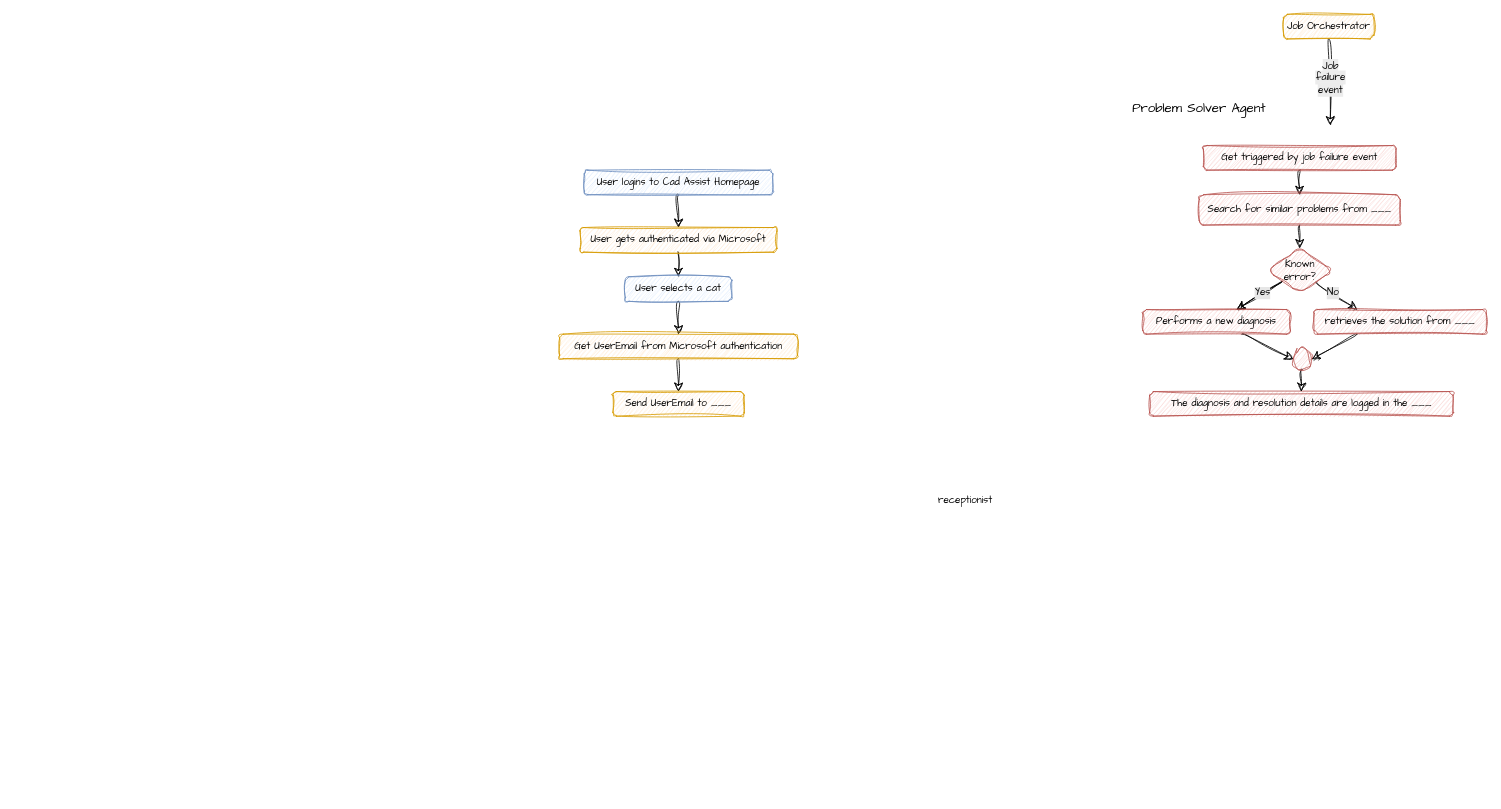
cadadt63/DM_Cad_Assist keeps this draw.io diagram as Untitled Diagram.drawio. Above is the earlier version. Source tidied: cells renumbered, new cells numbered last; positions are measured from the earlier drawing's top-left corner, leaving out a move shared by most shapes. Both pictures are drawn from the tidied source at 82%, with x=0, y=0 at pixel (559, 14).
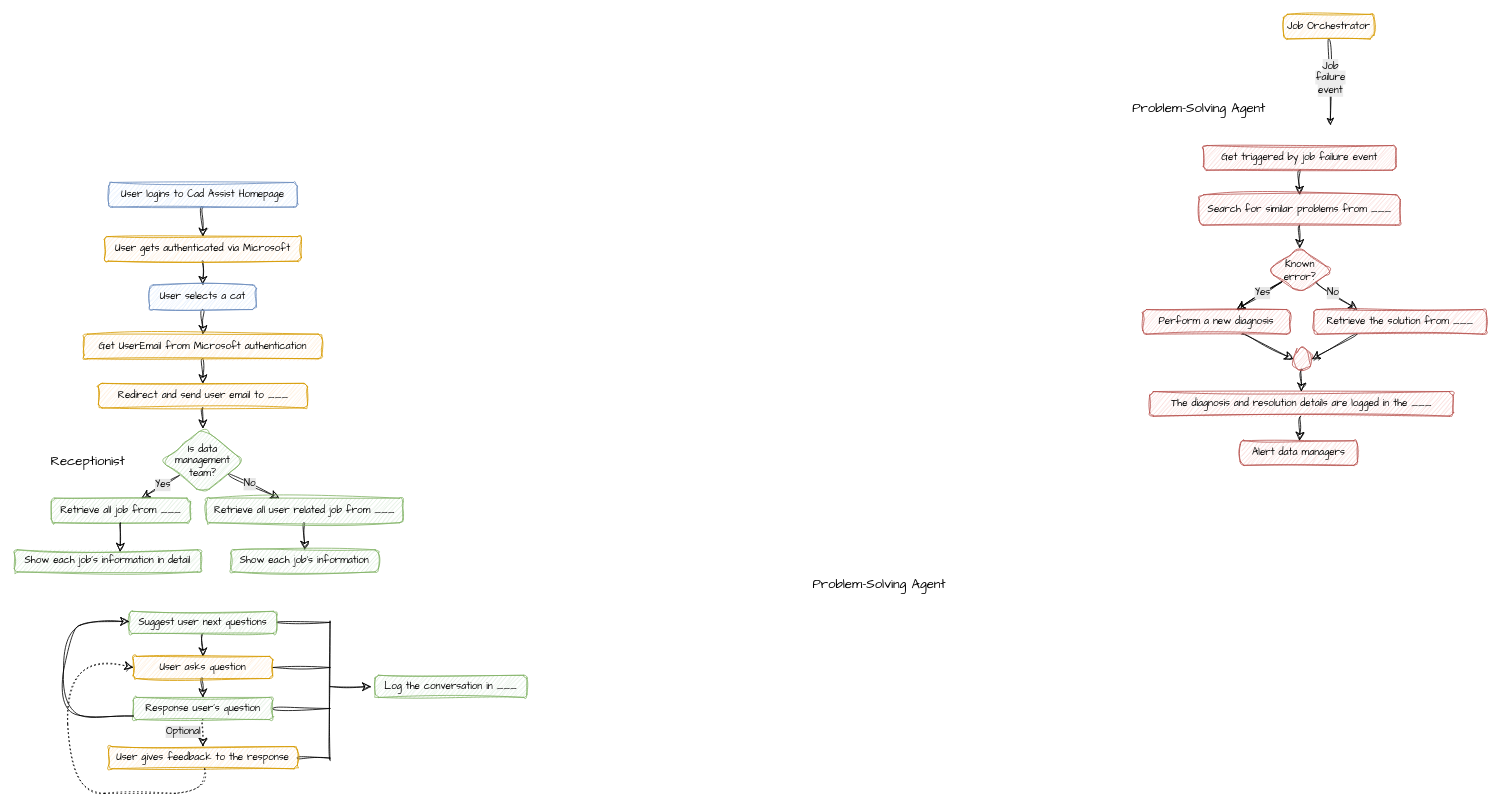
The same diagram, later.

Unchanged cells that the change refers to:
```xml
<mxCell id="13" value="Job Orchestrator" style="rounded=1;whiteSpace=wrap;html=1;sketch=1;hachureGap=4;jiggle=2;curveFitting=1;fontFamily=Architects Daughter;fillColor=#ffe6cc;strokeColor=#d79b00;" parent="1" vertex="1">
  <mxGeometry x="883" width="110" height="30" as="geometry" />
</mxCell>
<mxCell id="29" value="&lt;span style=&quot;text-align: left;&quot;&gt;The diagnosis and resolution details are logged in the ___&lt;/span&gt;" style="whiteSpace=wrap;html=1;fontFamily=Architects Daughter;fillColor=#f8cecc;strokeColor=#b85450;rounded=1;sketch=1;hachureGap=4;jiggle=2;curveFitting=1;" parent="1" vertex="1">
  <mxGeometry x="719.5" y="460" width="370" height="30" as="geometry" />
</mxCell>
```

The edit, as a diff of the source:
```diff
@@
     <mxCell id="3" value="User logins to Cad Assist Homepage" style="rounded=1;whiteSpace=wrap;html=1;sketch=1;hachureGap=4;jiggle=2;curveFitting=1;fontFamily=Architects Daughter;fillColor=#dae8fc;strokeColor=#6c8ebf;" parent="1" vertex="1">
-      <mxGeometry x="30" y="190" width="230" height="30" as="geometry" />
+      <mxGeometry x="-550" y="205" width="230" height="30" as="geometry" />
     </mxCell>
@@
     <mxCell id="5" value="User gets authenticated via Microsoft" style="rounded=1;whiteSpace=wrap;html=1;sketch=1;hachureGap=4;jiggle=2;curveFitting=1;fontFamily=Architects Daughter;fillColor=#ffe6cc;strokeColor=#d79b00;" parent="1" vertex="1">
-      <mxGeometry x="25" y="260" width="240" height="30" as="geometry" />
+      <mxGeometry x="-555" y="271" width="240" height="30" as="geometry" />
     </mxCell>
-    <mxCell id="6" style="edgeStyle=none;curved=1;rounded=0;sketch=1;hachureGap=4;jiggle=2;curveFitting=1;jettySize=auto;html=1;fontFamily=Architects Daughter;fontSize=12;startSize=8;endSize=8;" parent="1" edge="1" source="7">
-      <mxGeometry relative="1" as="geometry">
-        <mxPoint x="145" y="390" as="targetPoint" />
-      </mxGeometry>
+    <mxCell id="6" style="edgeStyle=none;curved=1;rounded=0;sketch=1;hachureGap=4;jiggle=2;curveFitting=1;jettySize=auto;html=1;fontFamily=Architects Daughter;fontSize=12;startSize=8;endSize=8;entryX=0.5;entryY=0;entryDx=0;entryDy=0;" parent="1" edge="1" source="7" target="9">
+      <mxGeometry relative="1" as="geometry" />
     </mxCell>
     <mxCell id="7" value="User selects a cat" style="rounded=1;whiteSpace=wrap;html=1;sketch=1;hachureGap=4;jiggle=2;curveFitting=1;fontFamily=Architects Daughter;fillColor=#dae8fc;strokeColor=#6c8ebf;" parent="1" vertex="1">
-      <mxGeometry x="80" y="320" width="130" height="30" as="geometry" />
+      <mxGeometry x="-500" y="330" width="130" height="30" as="geometry" />
     </mxCell>
@@
     <mxCell id="9" value="Get UserEmail from Microsoft authentication" style="rounded=1;whiteSpace=wrap;html=1;sketch=1;hachureGap=4;jiggle=2;curveFitting=1;fontFamily=Architects Daughter;fillColor=#ffe6cc;strokeColor=#d79b00;" parent="1" vertex="1">
-      <mxGeometry y="390" width="290" height="30" as="geometry" />
+      <mxGeometry x="-580" y="390" width="290" height="30" as="geometry" />
     </mxCell>
+    <mxCell id="33" style="edgeStyle=none;curved=1;rounded=0;sketch=1;hachureGap=4;jiggle=2;curveFitting=1;jettySize=auto;html=1;fontFamily=Architects Daughter;fontSize=12;startSize=8;endSize=8;" parent="1" edge="1" source="10" target="40">
+      <mxGeometry relative="1" as="geometry" />
+    </mxCell>
-    <mxCell id="10" value="Send UserEmail to ___" style="rounded=1;whiteSpace=wrap;html=1;sketch=1;hachureGap=4;jiggle=2;curveFitting=1;fontFamily=Architects Daughter;fillColor=#ffe6cc;strokeColor=#d79b00;" parent="1" vertex="1">
-      <mxGeometry x="65" y="460" width="160" height="30" as="geometry" />
+    <mxCell id="10" value="Redirect and send user email to ___" style="rounded=1;whiteSpace=wrap;html=1;sketch=1;hachureGap=4;jiggle=2;curveFitting=1;fontFamily=Architects Daughter;fillColor=#ffe6cc;strokeColor=#d79b00;" parent="1" vertex="1">
+      <mxGeometry x="-562.5" y="450" width="255" height="30" as="geometry" />
     </mxCell>
-    <mxCell id="11" style="endArrow=classic;html=1;rounded=0;sketch=1;hachureGap=4;jiggle=2;curveFitting=1;fontFamily=Architects Daughter;fontSize=12;startSize=8;endSize=8;curved=1;exitX=0.5;exitY=1;exitDx=0;exitDy=0;" parent="1" edge="1" source="13">
+    <mxCell id="11" style="endArrow=classic;html=1;rounded=0;sketch=1;hachureGap=4;jiggle=2;curveFitting=1;fontFamily=Architects Daughter;fontSize=12;curved=1;exitX=0.5;exitY=1;exitDx=0;exitDy=0;flowAnimation=0;" parent="1" edge="1" source="13">
       <mxGeometry relative="1" as="geometry">
         <mxPoint x="940" y="135" as="targetPoint" />
       </mxGeometry>
     </mxCell>
@@
-    <mxCell id="14" value="Problem Solver Agent" style="text;html=1;whiteSpace=wrap;strokeColor=none;fillColor=none;align=center;verticalAlign=middle;rounded=0;fontSize=16;fontFamily=Architects Daughter;" parent="1" vertex="1">
+    <mxCell id="14" value="Problem-Solving Agent" style="text;html=1;whiteSpace=wrap;strokeColor=none;fillColor=none;align=center;verticalAlign=middle;rounded=0;fontSize=16;fontFamily=Architects Daughter;" parent="1" vertex="1">
       <mxGeometry x="690" y="100" width="180" height="30" as="geometry" />
     </mxCell>
@@
-    <mxCell id="26" value="Performs a new diagnosis" style="whiteSpace=wrap;html=1;fontFamily=Architects Daughter;fillColor=#f8cecc;strokeColor=#b85450;rounded=1;sketch=1;hachureGap=4;jiggle=2;curveFitting=1;" parent="1" vertex="1">
+    <mxCell id="26" value="Perform a new diagnosis" style="whiteSpace=wrap;html=1;fontFamily=Architects Daughter;fillColor=#f8cecc;strokeColor=#b85450;rounded=1;sketch=1;hachureGap=4;jiggle=2;curveFitting=1;" parent="1" vertex="1">
       <mxGeometry x="711.2" y="360" width="180" height="30" as="geometry" />
     </mxCell>
@@
-    <mxCell id="28" value="retrieves the solution from ___" style="whiteSpace=wrap;html=1;fontFamily=Architects Daughter;fillColor=#f8cecc;strokeColor=#b85450;rounded=1;sketch=1;hachureGap=4;jiggle=2;curveFitting=1;" parent="1" vertex="1">
+    <mxCell id="28" value="Retrieve the solution from ___" style="whiteSpace=wrap;html=1;fontFamily=Architects Daughter;fillColor=#f8cecc;strokeColor=#b85450;rounded=1;sketch=1;hachureGap=4;jiggle=2;curveFitting=1;" parent="1" vertex="1">
       <mxGeometry x="920" y="360" width="210" height="30" as="geometry" />
     </mxCell>
+    <mxCell id="34" style="edgeStyle=none;curved=1;rounded=0;sketch=1;hachureGap=4;jiggle=2;curveFitting=1;jettySize=auto;html=1;fontFamily=Architects Daughter;fontSize=12;startSize=8;endSize=8;" parent="1" edge="1" source="29" target="59">
+      <mxGeometry relative="1" as="geometry" />
+    </mxCell>
@@
-    <mxCell id="32" value="receptionist" style="text;whiteSpace=wrap;fontFamily=Architects Daughter;" parent="1" vertex="1">
-      <mxGeometry x="460" y="580" width="100" height="40" as="geometry" />
-    </mxCell>
+    <mxCell id="35" value="Receptionist" style="text;html=1;whiteSpace=wrap;strokeColor=none;fillColor=none;align=center;verticalAlign=middle;rounded=0;fontSize=16;fontFamily=Architects Daughter;" parent="1" vertex="1">
+      <mxGeometry x="-665" y="530" width="180" height="30" as="geometry" />
+    </mxCell>
+    <mxCell id="36" style="edgeStyle=none;curved=1;rounded=0;sketch=1;hachureGap=4;jiggle=2;curveFitting=1;jettySize=auto;html=1;fontFamily=Architects Daughter;fontSize=12;startSize=8;endSize=8;" parent="1" edge="1" source="40" target="41">
+      <mxGeometry relative="1" as="geometry" />
+    </mxCell>
+    <mxCell id="37" value="Yes" style="edgeLabel;html=1;align=center;verticalAlign=middle;fontSize=12;sketch=1;hachureGap=4;jiggle=2;curveFitting=1;fontFamily=Architects Daughter;labelBackgroundColor=#E6E6E6;" parent="36" vertex="1">
+      <mxGeometry x="-0.13" y="-1" relative="1" as="geometry" />
+    </mxCell>
+    <mxCell id="38" style="edgeStyle=none;curved=1;rounded=0;sketch=1;hachureGap=4;jiggle=2;curveFitting=1;jettySize=auto;html=1;fontFamily=Architects Daughter;fontSize=12;startSize=8;endSize=8;" parent="1" edge="1" source="40" target="43">
+      <mxGeometry relative="1" as="geometry" />
+    </mxCell>
+    <mxCell id="39" value="No" style="edgeLabel;html=1;align=center;verticalAlign=middle;fontSize=12;sketch=1;hachureGap=4;jiggle=2;curveFitting=1;fontFamily=Architects Daughter;labelBackgroundColor=#E6E6E6;" parent="38" vertex="1">
+      <mxGeometry x="-0.24" y="-1" relative="1" as="geometry">
+        <mxPoint x="2" as="offset" />
+      </mxGeometry>
+    </mxCell>
+    <mxCell id="40" value="Is data management team?" style="rhombus;whiteSpace=wrap;html=1;fontFamily=Architects Daughter;fillColor=#d5e8d4;strokeColor=#82b366;rounded=1;sketch=1;hachureGap=4;jiggle=2;curveFitting=1;" parent="1" vertex="1">
+      <mxGeometry x="-485" y="505" width="100" height="80" as="geometry" />
+    </mxCell>
+    <mxCell id="41" value="Retrieve all job from ___" style="whiteSpace=wrap;html=1;fontFamily=Architects Daughter;fillColor=#d5e8d4;strokeColor=#82b366;rounded=1;sketch=1;hachureGap=4;jiggle=2;curveFitting=1;" parent="1" vertex="1">
+      <mxGeometry x="-620" y="590" width="170" height="30" as="geometry" />
+    </mxCell>
+    <mxCell id="42" style="edgeStyle=none;curved=1;rounded=0;sketch=1;hachureGap=4;jiggle=2;curveFitting=1;jettySize=auto;html=1;entryX=0.5;entryY=0;entryDx=0;entryDy=0;fontFamily=Architects Daughter;fontSize=12;startSize=8;endSize=8;" parent="1" edge="1" source="43" target="44">
+      <mxGeometry relative="1" as="geometry" />
+    </mxCell>
+    <mxCell id="43" value="Retrieve all user related job from ___" style="whiteSpace=wrap;html=1;fontFamily=Architects Daughter;fillColor=#d5e8d4;strokeColor=#82b366;rounded=1;sketch=1;hachureGap=4;jiggle=2;curveFitting=1;" parent="1" vertex="1">
+      <mxGeometry x="-431" y="590" width="240" height="30" as="geometry" />
+    </mxCell>
+    <mxCell id="44" value="Show each job's information" style="whiteSpace=wrap;html=1;fontFamily=Architects Daughter;fillColor=#d5e8d4;strokeColor=#82b366;rounded=1;sketch=1;hachureGap=4;jiggle=2;curveFitting=1;" parent="1" vertex="1">
+      <mxGeometry x="-401" y="653" width="180" height="27" as="geometry" />
+    </mxCell>
+    <mxCell id="45" value="Show each job's information in detail" style="whiteSpace=wrap;html=1;fontFamily=Architects Daughter;fillColor=#d5e8d4;strokeColor=#82b366;rounded=1;sketch=1;hachureGap=4;jiggle=2;curveFitting=1;" parent="1" vertex="1">
+      <mxGeometry x="-665" y="653" width="227.5" height="27" as="geometry" />
+    </mxCell>
+    <mxCell id="46" style="edgeStyle=none;curved=1;rounded=0;sketch=1;hachureGap=4;jiggle=2;curveFitting=1;jettySize=auto;html=1;entryX=0.567;entryY=0.086;entryDx=0;entryDy=0;entryPerimeter=0;fontFamily=Architects Daughter;fontSize=12;startSize=8;endSize=8;" parent="1" edge="1" source="41" target="45">
+      <mxGeometry relative="1" as="geometry" />
+    </mxCell>
+    <mxCell id="47" style="edgeStyle=none;curved=1;rounded=0;sketch=1;hachureGap=4;jiggle=2;curveFitting=1;jettySize=auto;html=1;fontFamily=Architects Daughter;fontSize=12;startSize=8;endSize=8;" parent="1" edge="1" source="49" target="52">
+      <mxGeometry relative="1" as="geometry" />
+    </mxCell>
+    <mxCell id="48" style="edgeStyle=none;curved=1;rounded=0;sketch=1;hachureGap=4;jiggle=2;curveFitting=1;jettySize=auto;html=1;fontFamily=Architects Daughter;fontSize=12;startSize=8;endSize=8;endArrow=none;endFill=0;" parent="1" edge="1" source="49">
+      <mxGeometry relative="1" as="geometry">
+        <mxPoint x="-280" y="741.5" as="targetPoint" />
+      </mxGeometry>
+    </mxCell>
+    <mxCell id="49" value="Suggest user next questions" style="whiteSpace=wrap;html=1;fontFamily=Architects Daughter;fillColor=#d5e8d4;strokeColor=#82b366;rounded=1;sketch=1;hachureGap=4;jiggle=2;curveFitting=1;" parent="1" vertex="1">
+      <mxGeometry x="-525" y="728" width="180" height="27" as="geometry" />
+    </mxCell>
+    <mxCell id="50" style="edgeStyle=none;curved=1;rounded=0;sketch=1;hachureGap=4;jiggle=2;curveFitting=1;jettySize=auto;html=1;fontFamily=Architects Daughter;fontSize=12;startSize=8;endSize=8;" parent="1" edge="1" source="52" target="56">
+      <mxGeometry relative="1" as="geometry" />
+    </mxCell>
+    <mxCell id="51" style="edgeStyle=none;curved=1;rounded=0;sketch=1;hachureGap=4;jiggle=2;curveFitting=1;jettySize=auto;html=1;fontFamily=Architects Daughter;fontSize=12;startSize=8;endSize=8;endArrow=none;endFill=0;" parent="1" edge="1" source="52">
+      <mxGeometry relative="1" as="geometry">
+        <mxPoint x="-280" y="796.5" as="targetPoint" />
+      </mxGeometry>
+    </mxCell>
+    <mxCell id="52" value="User asks question" style="whiteSpace=wrap;html=1;fontFamily=Architects Daughter;fillColor=#ffe6cc;strokeColor=#d79b00;rounded=1;sketch=1;hachureGap=4;jiggle=2;curveFitting=1;" parent="1" vertex="1">
+      <mxGeometry x="-520" y="783" width="170" height="27" as="geometry" />
+    </mxCell>
+    <mxCell id="53" style="edgeStyle=none;curved=1;rounded=0;sketch=1;hachureGap=4;jiggle=2;curveFitting=1;jettySize=auto;html=1;fontFamily=Architects Daughter;fontSize=12;startSize=8;endSize=8;dashed=1;dashPattern=1 4;" parent="1" edge="1" source="56" target="58">
+      <mxGeometry relative="1" as="geometry" />
+    </mxCell>
+    <mxCell id="54" value="Optional" style="edgeLabel;html=1;align=center;verticalAlign=middle;fontSize=12;sketch=1;hachureGap=4;jiggle=2;curveFitting=1;fontFamily=Architects Daughter;labelBackgroundColor=#E6E6E6;" parent="53" vertex="1">
+      <mxGeometry x="0.06" y="3" relative="1" as="geometry">
+        <mxPoint x="-28" y="-3" as="offset" />
+      </mxGeometry>
+    </mxCell>
+    <mxCell id="55" style="edgeStyle=none;curved=1;rounded=0;sketch=1;hachureGap=4;jiggle=2;curveFitting=1;jettySize=auto;html=1;fontFamily=Architects Daughter;fontSize=12;startSize=8;endSize=8;endArrow=none;endFill=0;" parent="1" edge="1" source="56">
+      <mxGeometry relative="1" as="geometry">
+        <mxPoint x="-280" y="846.5" as="targetPoint" />
+      </mxGeometry>
+    </mxCell>
+    <mxCell id="56" value="Response user's question" style="whiteSpace=wrap;html=1;fontFamily=Architects Daughter;fillColor=#d5e8d4;strokeColor=#82b366;rounded=1;sketch=1;hachureGap=4;jiggle=2;curveFitting=1;" parent="1" vertex="1">
+      <mxGeometry x="-520" y="833" width="170" height="27" as="geometry" />
+    </mxCell>
+    <mxCell id="57" style="edgeStyle=none;curved=1;rounded=0;sketch=1;hachureGap=4;jiggle=2;curveFitting=1;jettySize=auto;html=1;fontFamily=Architects Daughter;fontSize=12;startSize=8;endSize=8;endArrow=none;endFill=0;" parent="1" edge="1" source="58">
+      <mxGeometry relative="1" as="geometry">
+        <mxPoint x="-280" y="907" as="targetPoint" />
+      </mxGeometry>
+    </mxCell>
+    <mxCell id="58" value="User gives feedback to the response" style="whiteSpace=wrap;html=1;fontFamily=Architects Daughter;fillColor=#ffe6cc;strokeColor=#d79b00;rounded=1;sketch=1;hachureGap=4;jiggle=2;curveFitting=1;" parent="1" vertex="1">
+      <mxGeometry x="-550" y="893" width="230" height="27" as="geometry" />
+    </mxCell>
+    <mxCell id="59" value="Alert data managers" style="whiteSpace=wrap;html=1;fontFamily=Architects Daughter;fillColor=#f8cecc;strokeColor=#b85450;rounded=1;sketch=1;hachureGap=4;jiggle=2;curveFitting=1;" parent="1" vertex="1">
+      <mxGeometry x="830" y="520" width="142.9" height="30" as="geometry" />
+    </mxCell>
+    <mxCell id="60" style="curved=1;endArrow=classic;html=1;rounded=0;sketch=1;hachureGap=4;jiggle=2;curveFitting=1;fontFamily=Architects Daughter;fontSize=12;startSize=8;endSize=8;" parent="1" edge="1" source="56" target="49">
+      <mxGeometry relative="1" as="geometry">
+        <Array as="points">
+          <mxPoint x="-560" y="860" />
+          <mxPoint x="-610" y="850" />
+          <mxPoint x="-600" y="750" />
+          <mxPoint x="-570" y="740" />
+        </Array>
+      </mxGeometry>
+    </mxCell>
+    <mxCell id="61" style="curved=1;endArrow=classic;html=1;rounded=0;sketch=1;hachureGap=4;jiggle=2;curveFitting=1;fontFamily=Architects Daughter;fontSize=12;startSize=8;endSize=8;dashed=1;dashPattern=1 4;entryX=0;entryY=0.5;entryDx=0;entryDy=0;" parent="1" edge="1" source="58" target="52">
+      <mxGeometry relative="1" as="geometry">
+        <Array as="points">
+          <mxPoint x="-428" y="950" />
+          <mxPoint x="-510" y="950" />
+          <mxPoint x="-600" y="950" />
+          <mxPoint x="-600" y="780" />
+        </Array>
+      </mxGeometry>
+    </mxCell>
+    <mxCell id="62" style="endArrow=none;html=1;rounded=0;sketch=1;hachureGap=4;jiggle=2;curveFitting=1;fontFamily=Architects Daughter;fontSize=12;startSize=8;endSize=8;curved=1;" parent="1" edge="1">
+      <mxGeometry relative="1" as="geometry">
+        <mxPoint x="-280" y="910" as="sourcePoint" />
+        <mxPoint x="-280" y="740" as="targetPoint" />
+      </mxGeometry>
+    </mxCell>
+    <mxCell id="63" style="endArrow=classic;html=1;rounded=0;sketch=1;hachureGap=4;jiggle=2;curveFitting=1;fontFamily=Architects Daughter;fontSize=12;startSize=8;endSize=8;curved=1;" parent="1" edge="1">
+      <mxGeometry relative="1" as="geometry">
+        <mxPoint x="-280" y="820" as="sourcePoint" />
+        <mxPoint x="-230" y="820" as="targetPoint" />
+      </mxGeometry>
+    </mxCell>
+    <mxCell id="64" value="Log the conversation in ___" style="whiteSpace=wrap;html=1;fontFamily=Architects Daughter;fillColor=#d5e8d4;strokeColor=#82b366;rounded=1;sketch=1;hachureGap=4;jiggle=2;curveFitting=1;" parent="1" vertex="1">
+      <mxGeometry x="-225" y="806" width="185" height="27" as="geometry" />
+    </mxCell>
+    <mxCell id="65" value="Problem-Solving Agent" style="text;html=1;whiteSpace=wrap;strokeColor=none;fillColor=none;align=center;verticalAlign=middle;rounded=0;fontSize=16;fontFamily=Architects Daughter;" parent="1" vertex="1">
+      <mxGeometry x="300" y="680" width="180" height="30" as="geometry" />
+    </mxCell>
```
